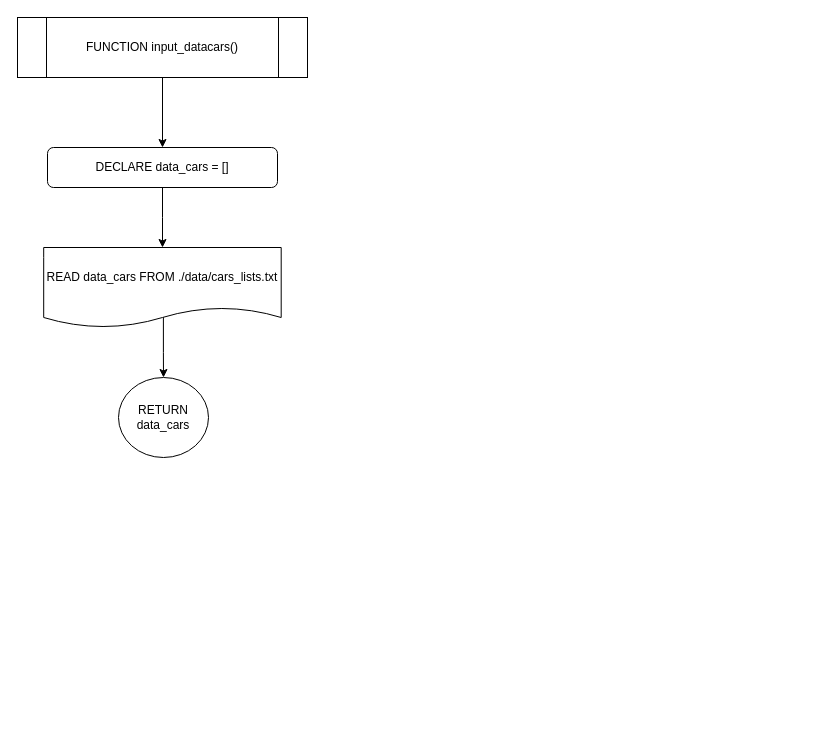
Above: Flowchart/default/input_datacars.drawio in RabbitBear00/Car-Rental-System (draw.io), before the change. Source tidied: cells renumbered, new cells numbered last; positions are measured from the earlier drawing's top-left corner, leaving out a move shared by most shapes. Both pictures are drawn from the tidied source at 100%, with x=0, y=0 at pixel (17, 17).
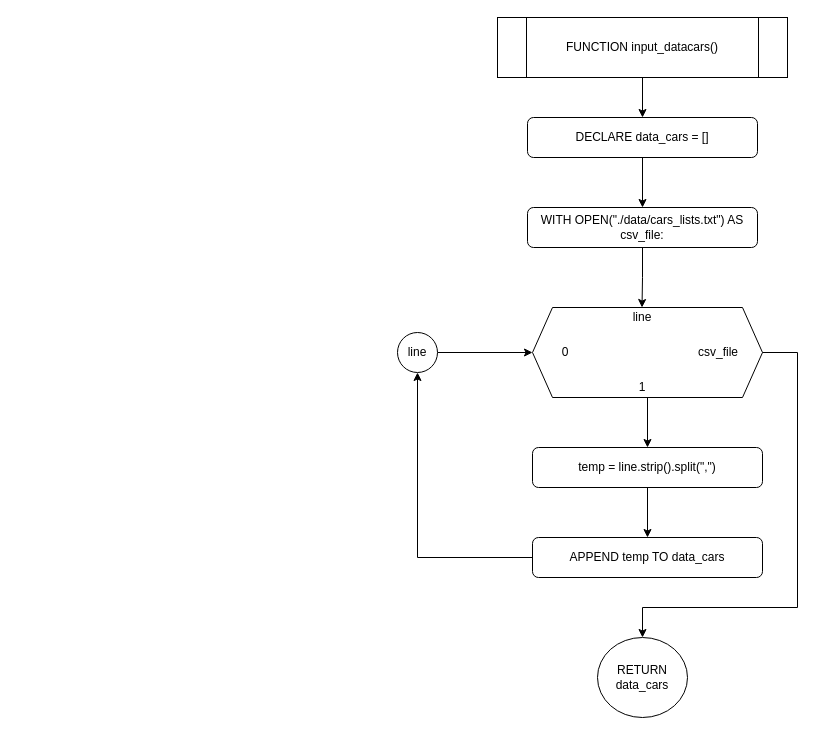
The same page after the edit.

Diff of the diagram source:
```diff
@@
     <mxCell id="3" value="FUNCTION input_datacars()" style="shape=process;whiteSpace=wrap;html=1;backgroundOutline=1;" parent="1" vertex="1">
-      <mxGeometry width="290" height="60" as="geometry" />
+      <mxGeometry x="480" width="290" height="60" as="geometry" />
     </mxCell>
-    <mxCell id="4" style="edgeStyle=orthogonalEdgeStyle;rounded=0;jettySize=auto;html=1;" parent="1" edge="1" source="5" target="7">
-      <mxGeometry relative="1" as="geometry" />
-    </mxCell>
+    <mxCell id="8" value="RETURN data_cars" style="ellipse;whiteSpace=wrap;html=1;" parent="1" vertex="1">
+      <mxGeometry x="580" y="620" width="90" height="80" as="geometry" />
+    </mxCell>
+    <mxCell id="9" style="edgeStyle=orthogonalEdgeStyle;rounded=0;jettySize=auto;html=1;entryX=0.5;entryY=0;entryDx=0;entryDy=0;" parent="1" edge="1" source="10" target="13">
+      <mxGeometry relative="1" as="geometry" />
+    </mxCell>
+    <mxCell id="10" value="WITH OPEN(&quot;./data/cars_lists.txt&quot;) AS csv_file:" style="rounded=1;whiteSpace=wrap;html=1;" parent="1" vertex="1">
+      <mxGeometry x="510" y="190" width="230" height="40" as="geometry" />
+    </mxCell>
+    <mxCell id="11" style="group;" parent="1" vertex="1">
+      <mxGeometry x="515" y="290" width="230" height="90" as="geometry" />
+    </mxCell>
+    <mxCell id="12" style="shape=hexagon;perimeter=hexagonPerimeter2;whiteSpace=wrap;html=1;fixedSize=1;" parent="11" vertex="1">
+      <mxGeometry width="230" height="90" as="geometry" />
+    </mxCell>
+    <mxCell id="13" value="line" style="text;html=1;strokeColor=none;fillColor=none;align=center;verticalAlign=middle;whiteSpace=wrap;rounded=0;" parent="11" vertex="1">
+      <mxGeometry x="87.6" width="43.8" height="20" as="geometry" />
+    </mxCell>
+    <mxCell id="14" value="0" style="text;html=1;strokeColor=none;fillColor=none;align=center;verticalAlign=middle;whiteSpace=wrap;rounded=0;" parent="11" vertex="1">
+      <mxGeometry x="11" y="35" width="43.8" height="20" as="geometry" />
+    </mxCell>
+    <mxCell id="15" value="1" style="text;html=1;strokeColor=none;fillColor=none;align=center;verticalAlign=middle;whiteSpace=wrap;rounded=0;" parent="11" vertex="1">
+      <mxGeometry x="87.6" y="70" width="43.8" height="20" as="geometry" />
+    </mxCell>
+    <mxCell id="16" value="csv_file" style="text;html=1;strokeColor=none;fillColor=none;align=center;verticalAlign=middle;whiteSpace=wrap;rounded=0;" parent="11" vertex="1">
+      <mxGeometry x="164.3" y="35" width="43.8" height="20" as="geometry" />
+    </mxCell>
+    <mxCell id="17" style="edgeStyle=orthogonalEdgeStyle;rounded=0;jettySize=auto;html=1;" parent="1" edge="1" source="18" target="20">
+      <mxGeometry relative="1" as="geometry" />
+    </mxCell>
+    <mxCell id="18" value="temp = line.strip().split(&quot;,&quot;)" style="rounded=1;whiteSpace=wrap;html=1;" parent="1" vertex="1">
+      <mxGeometry x="515" y="430" width="230" height="40" as="geometry" />
+    </mxCell>
+    <mxCell id="19" style="edgeStyle=orthogonalEdgeStyle;rounded=0;jettySize=auto;html=1;entryX=0.5;entryY=1;entryDx=0;entryDy=0;" parent="1" edge="1" source="20" target="23">
+      <mxGeometry relative="1" as="geometry" />
+    </mxCell>
+    <mxCell id="20" value="APPEND temp TO data_cars" style="rounded=1;whiteSpace=wrap;html=1;" parent="1" vertex="1">
+      <mxGeometry x="515" y="520" width="230" height="40" as="geometry" />
+    </mxCell>
+    <mxCell id="21" style="edgeStyle=orthogonalEdgeStyle;rounded=0;jettySize=auto;html=1;" parent="1" edge="1" source="12" target="18">
+      <mxGeometry relative="1" as="geometry" />
+    </mxCell>
+    <mxCell id="22" style="edgeStyle=orthogonalEdgeStyle;rounded=0;jettySize=auto;html=1;entryX=0;entryY=0.5;entryDx=0;entryDy=0;" parent="1" edge="1" source="23" target="12">
+      <mxGeometry relative="1" as="geometry" />
+    </mxCell>
+    <mxCell id="23" value="line" style="ellipse;whiteSpace=wrap;html=1;" parent="1" vertex="1">
+      <mxGeometry x="380" y="315" width="40" height="40" as="geometry" />
+    </mxCell>
+    <mxCell id="24" style="edgeStyle=orthogonalEdgeStyle;rounded=0;jettySize=auto;html=1;entryX=0.5;entryY=0;entryDx=0;entryDy=0;" parent="1" edge="1" source="12" target="8">
+      <mxGeometry relative="1" as="geometry">
+        <Array as="points">
+          <mxPoint x="780" y="335" />
+          <mxPoint x="780" y="590" />
+          <mxPoint x="625" y="590" />
+        </Array>
+      </mxGeometry>
+    </mxCell>
+    <mxCell id="25" style="edgeStyle=orthogonalEdgeStyle;rounded=0;jettySize=auto;html=1;" parent="1" edge="1" source="5" target="10">
+      <mxGeometry relative="1" as="geometry" />
+    </mxCell>
     <mxCell id="5" value="DECLARE data_cars = []" style="rounded=1;whiteSpace=wrap;html=1;" parent="1" vertex="1">
-      <mxGeometry x="30" y="130" width="230" height="40" as="geometry" />
+      <mxGeometry x="510" y="100" width="230" height="40" as="geometry" />
     </mxCell>
-    <mxCell id="6" style="edgeStyle=orthogonalEdgeStyle;rounded=0;jettySize=auto;html=1;exitX=0.504;exitY=0.863;exitDx=0;exitDy=0;exitPerimeter=0;" parent="1" edge="1" source="7" target="8">
-      <mxGeometry relative="1" as="geometry" />
-    </mxCell>
-    <mxCell id="7" value="&lt;span&gt;READ&amp;nbsp;&lt;/span&gt;data_cars&lt;span&gt;&amp;nbsp;FROM&amp;nbsp;&lt;/span&gt;./data/cars_lists.txt" style="shape=document;whiteSpace=wrap;html=1;boundedLbl=1;size=0.25;" parent="1" vertex="1">
-      <mxGeometry x="26.2" y="230" width="237.5" height="80" as="geometry" />
-    </mxCell>
-    <mxCell id="8" value="RETURN data_cars" style="ellipse;whiteSpace=wrap;html=1;" parent="1" vertex="1">
-      <mxGeometry x="101" y="360" width="90" height="80" as="geometry" />
-    </mxCell>
```
